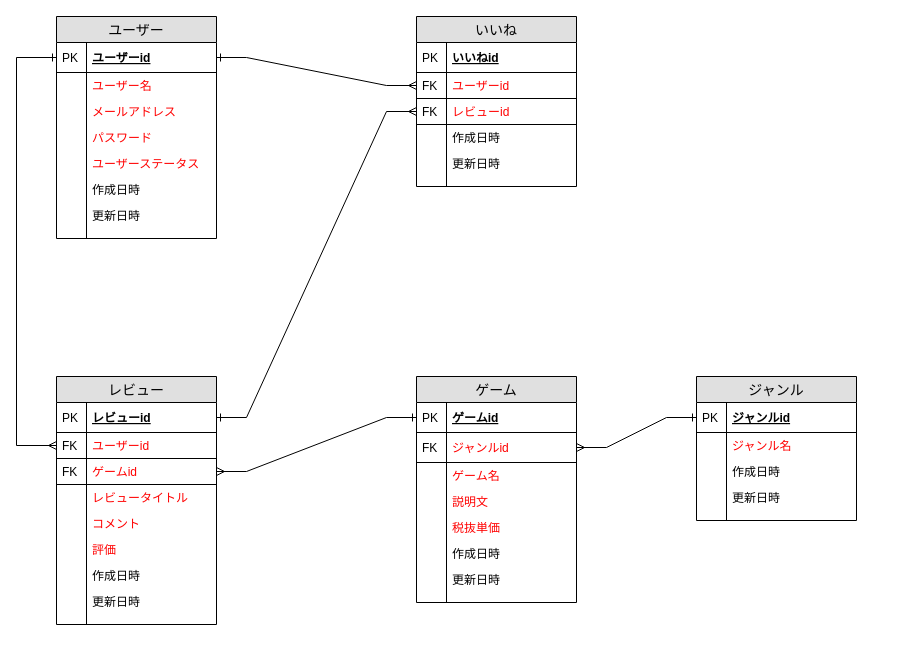
Earlier version of the draw.io diagram GRG_ER図.drawio (kuropAqn/grg). Source tidied: cells renumbered, new cells numbered last; positions are measured from the earlier drawing's top-left corner, leaving out a move shared by most shapes. Both pictures are drawn from the tidied source at 100%, with x=0, y=0 at pixel (16, 16).
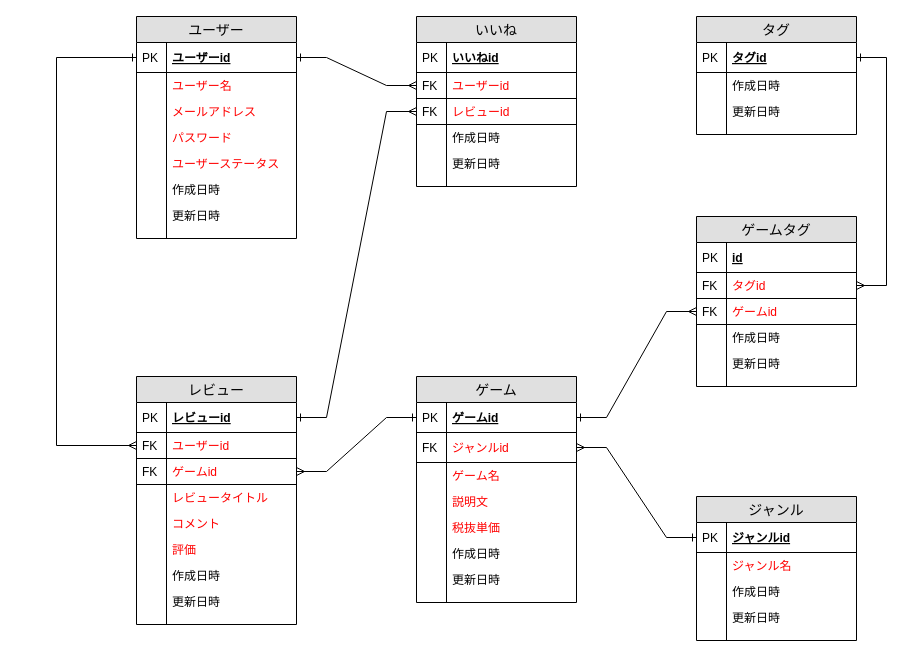
The same page after the edit.

Commit message:
GRG_ER図.drawio を更新します

Unchanged cells that the change refers to:
```xml
<mxCell id="3" value="ユーザーid" style="shape=partialRectangle;top=0;left=0;right=0;bottom=1;align=left;verticalAlign=middle;fillColor=none;spacingLeft=34;spacingRight=4;overflow=hidden;points=[[0,0.5],[1,0.5]];portConstraint=eastwest;fontStyle=5;fontSize=12;" parent="2" vertex="1">
  <mxGeometry y="26" width="160" height="30" as="geometry" />
</mxCell>
<mxCell id="23" value="ユーザーid" style="shape=partialRectangle;top=0;left=0;right=0;bottom=1;align=left;verticalAlign=top;fillColor=none;spacingLeft=34;spacingRight=4;overflow=hidden;points=[[0,0.5],[1,0.5]];portConstraint=eastwest;fontSize=12;fontColor=#FF0000;" parent="20" vertex="1">
  <mxGeometry y="56" width="160" height="26" as="geometry" />
</mxCell>
<mxCell id="41" value="ゲームid" style="shape=partialRectangle;top=0;left=0;right=0;bottom=1;align=left;verticalAlign=middle;fillColor=none;spacingLeft=34;spacingRight=4;overflow=hidden;points=[[0,0.5],[1,0.5]];portConstraint=eastwest;fontStyle=5;fontSize=12;" parent="40" vertex="1">
  <mxGeometry y="26" width="160" height="30" as="geometry" />
</mxCell>
```

What changed in the source:
```diff
@@
     <mxCell id="2" value="ユーザー" style="swimlane;fontStyle=0;horizontal=1;startSize=26;fillColor=#e0e0e0;swimlaneFillColor=#ffffff;align=center;fontSize=14;" parent="1" vertex="1">
-      <mxGeometry x="40" width="160" height="222" as="geometry" />
+      <mxGeometry x="120" width="160" height="222" as="geometry" />
     </mxCell>
@@
     <mxCell id="20" value="レビュー" style="swimlane;fontStyle=0;horizontal=1;startSize=26;fillColor=#e0e0e0;swimlaneFillColor=#ffffff;align=center;fontSize=14;" parent="1" vertex="1">
-      <mxGeometry x="40" y="360" width="160" height="248" as="geometry" />
+      <mxGeometry x="120" y="360" width="160" height="248" as="geometry" />
     </mxCell>
@@
     <mxCell id="58" value="ジャンル" style="swimlane;fontStyle=0;horizontal=1;startSize=26;fillColor=#e0e0e0;swimlaneFillColor=#ffffff;align=center;fontSize=14;" parent="1" vertex="1">
-      <mxGeometry x="680" y="360" width="160" height="144" as="geometry" />
+      <mxGeometry x="680" y="480" width="160" height="144" as="geometry" />
     </mxCell>
@@
     <mxCell id="71" style="fontSize=12;html=1;endArrow=ERmany;rounded=0;startArrow=ERone;startFill=0;entryX=0;entryY=0.5;entryDx=0;entryDy=0;exitX=0;exitY=0.5;exitDx=0;exitDy=0;edgeStyle=elbowEdgeStyle;" parent="1" edge="1" source="3" target="23">
       <mxGeometry relative="1" as="geometry">
         <Array as="points">
-          <mxPoint y="235" />
+          <mxPoint x="40" y="240" />
         </Array>
       </mxGeometry>
     </mxCell>
@@
+    <mxCell id="89" value="タグ" style="swimlane;fontStyle=0;horizontal=1;startSize=26;fillColor=#e0e0e0;swimlaneFillColor=#ffffff;align=center;fontSize=14;" parent="1" vertex="1">
+      <mxGeometry x="680" width="160" height="118" as="geometry" />
+    </mxCell>
+    <mxCell id="90" value="タグid" style="shape=partialRectangle;top=0;left=0;right=0;bottom=1;align=left;verticalAlign=middle;fillColor=none;spacingLeft=34;spacingRight=4;overflow=hidden;points=[[0,0.5],[1,0.5]];portConstraint=eastwest;fontStyle=5;fontSize=12;" parent="89" vertex="1">
+      <mxGeometry y="26" width="160" height="30" as="geometry" />
+    </mxCell>
+    <mxCell id="91" value="PK" style="shape=partialRectangle;top=0;left=0;bottom=0;fillColor=none;align=left;verticalAlign=middle;spacingLeft=4;spacingRight=4;overflow=hidden;fontSize=12;" parent="90" vertex="1">
+      <mxGeometry width="30" height="30" as="geometry" />
+    </mxCell>
+    <mxCell id="92" value="作成日時" style="shape=partialRectangle;top=0;left=0;right=0;bottom=0;align=left;verticalAlign=top;fillColor=none;spacingLeft=34;spacingRight=4;overflow=hidden;fontSize=12;" parent="89" vertex="1">
+      <mxGeometry y="56" width="160" height="26" as="geometry" />
+    </mxCell>
+    <mxCell id="93" style="shape=partialRectangle;top=0;left=0;bottom=0;fillColor=none;align=left;verticalAlign=top;spacingLeft=4;spacingRight=4;overflow=hidden;fontSize=12;" parent="92" vertex="1">
+      <mxGeometry width="30" height="26" as="geometry" />
+    </mxCell>
+    <mxCell id="94" value="更新日時" style="shape=partialRectangle;top=0;left=0;right=0;bottom=0;align=left;verticalAlign=top;fillColor=none;spacingLeft=34;spacingRight=4;overflow=hidden;fontSize=12;" parent="89" vertex="1">
+      <mxGeometry y="82" width="160" height="26" as="geometry" />
+    </mxCell>
+    <mxCell id="95" style="shape=partialRectangle;top=0;left=0;bottom=0;fillColor=none;align=left;verticalAlign=top;spacingLeft=4;spacingRight=4;overflow=hidden;fontSize=12;" parent="94" vertex="1">
+      <mxGeometry width="30" height="26" as="geometry" />
+    </mxCell>
+    <mxCell id="96" style="shape=partialRectangle;top=0;left=0;right=0;bottom=0;align=left;verticalAlign=top;fillColor=none;spacingLeft=34;spacingRight=4;overflow=hidden;fontSize=12;" parent="89" vertex="1">
+      <mxGeometry y="108" width="160" height="10" as="geometry" />
+    </mxCell>
+    <mxCell id="97" style="shape=partialRectangle;top=0;left=0;bottom=0;fillColor=none;align=left;verticalAlign=top;spacingLeft=4;spacingRight=4;overflow=hidden;fontSize=12;" parent="96" vertex="1">
+      <mxGeometry width="30" height="10" as="geometry" />
+    </mxCell>
+    <mxCell id="98" style="edgeStyle=elbowEdgeStyle;rounded=0;orthogonalLoop=1;jettySize=auto;elbow=vertical;html=1;entryX=1;entryY=0.5;entryDx=0;entryDy=0;" parent="89" edge="1">
+      <mxGeometry relative="1" as="geometry">
+        <mxPoint x="160" y="69" as="sourcePoint" />
+        <mxPoint x="160" y="69" as="targetPoint" />
+      </mxGeometry>
+    </mxCell>
+    <mxCell id="99" value="ゲームタグ" style="swimlane;fontStyle=0;horizontal=1;startSize=26;fillColor=#e0e0e0;swimlaneFillColor=#ffffff;align=center;fontSize=14;" parent="1" vertex="1">
+      <mxGeometry x="680" y="200" width="160" height="170" as="geometry" />
+    </mxCell>
+    <mxCell id="100" value="id" style="shape=partialRectangle;top=0;left=0;right=0;bottom=1;align=left;verticalAlign=middle;fillColor=none;spacingLeft=34;spacingRight=4;overflow=hidden;fontStyle=5;fontSize=12;" parent="99" vertex="1">
+      <mxGeometry y="26" width="160" height="30" as="geometry" />
+    </mxCell>
+    <mxCell id="101" value="PK" style="shape=partialRectangle;top=0;left=0;bottom=0;fillColor=none;align=left;verticalAlign=middle;spacingLeft=4;spacingRight=4;overflow=hidden;fontSize=12;" parent="100" vertex="1">
+      <mxGeometry width="30" height="30" as="geometry" />
+    </mxCell>
+    <mxCell id="102" value="タグid" style="shape=partialRectangle;top=0;left=0;right=0;bottom=1;align=left;verticalAlign=top;fillColor=none;spacingLeft=34;spacingRight=4;overflow=hidden;points=[[0,0.5],[1,0.5]];portConstraint=eastwest;fontSize=12;fontColor=#FF0000;" parent="99" vertex="1">
+      <mxGeometry y="56" width="160" height="26" as="geometry" />
+    </mxCell>
+    <mxCell id="103" value="FK" style="shape=partialRectangle;top=0;left=0;bottom=0;fillColor=none;align=left;verticalAlign=top;spacingLeft=4;spacingRight=4;overflow=hidden;fontSize=12;" parent="102" vertex="1">
+      <mxGeometry width="30" height="26" as="geometry" />
+    </mxCell>
+    <mxCell id="104" value="ゲームid" style="shape=partialRectangle;top=0;left=0;right=0;bottom=1;align=left;verticalAlign=top;fillColor=none;spacingLeft=34;spacingRight=4;overflow=hidden;points=[[0,0.5],[1,0.5]];portConstraint=eastwest;fontSize=12;fontColor=#FF0000;" parent="99" vertex="1">
+      <mxGeometry y="82" width="160" height="26" as="geometry" />
+    </mxCell>
+    <mxCell id="105" value="FK" style="shape=partialRectangle;top=0;left=0;bottom=0;fillColor=none;align=left;verticalAlign=top;spacingLeft=4;spacingRight=4;overflow=hidden;fontSize=12;" parent="104" vertex="1">
+      <mxGeometry width="30" height="26" as="geometry" />
+    </mxCell>
+    <mxCell id="106" value="作成日時" style="shape=partialRectangle;top=0;left=0;right=0;bottom=0;align=left;verticalAlign=top;fillColor=none;spacingLeft=34;spacingRight=4;overflow=hidden;fontSize=12;" parent="99" vertex="1">
+      <mxGeometry y="108" width="160" height="26" as="geometry" />
+    </mxCell>
+    <mxCell id="107" style="shape=partialRectangle;top=0;left=0;bottom=0;fillColor=none;align=left;verticalAlign=top;spacingLeft=4;spacingRight=4;overflow=hidden;fontSize=12;" parent="106" vertex="1">
+      <mxGeometry width="30" height="26" as="geometry" />
+    </mxCell>
+    <mxCell id="108" value="更新日時" style="shape=partialRectangle;top=0;left=0;right=0;bottom=0;align=left;verticalAlign=top;fillColor=none;spacingLeft=34;spacingRight=4;overflow=hidden;fontSize=12;" parent="99" vertex="1">
+      <mxGeometry y="134" width="160" height="26" as="geometry" />
+    </mxCell>
+    <mxCell id="109" style="shape=partialRectangle;top=0;left=0;bottom=0;fillColor=none;align=left;verticalAlign=top;spacingLeft=4;spacingRight=4;overflow=hidden;fontSize=12;" parent="108" vertex="1">
+      <mxGeometry width="30" height="26" as="geometry" />
+    </mxCell>
+    <mxCell id="110" style="shape=partialRectangle;top=0;left=0;right=0;bottom=0;align=left;verticalAlign=top;fillColor=none;spacingLeft=34;spacingRight=4;overflow=hidden;fontSize=12;" parent="99" vertex="1">
+      <mxGeometry y="160" width="160" height="10" as="geometry" />
+    </mxCell>
+    <mxCell id="111" style="shape=partialRectangle;top=0;left=0;bottom=0;fillColor=none;align=left;verticalAlign=top;spacingLeft=4;spacingRight=4;overflow=hidden;fontSize=12;" parent="110" vertex="1">
+      <mxGeometry width="30" height="10" as="geometry" />
+    </mxCell>
+    <mxCell id="112" style="edgeStyle=elbowEdgeStyle;rounded=0;orthogonalLoop=1;jettySize=auto;elbow=vertical;html=1;entryX=1;entryY=0.5;entryDx=0;entryDy=0;" parent="99" edge="1">
+      <mxGeometry relative="1" as="geometry">
+        <mxPoint x="160" y="121" as="sourcePoint" />
+        <mxPoint x="160" y="121" as="targetPoint" />
+      </mxGeometry>
+    </mxCell>
+    <mxCell id="113" style="edgeStyle=entityRelationEdgeStyle;fontSize=12;html=1;endArrow=ERmany;rounded=0;startArrow=ERone;startFill=0;exitX=1;exitY=0.5;exitDx=0;exitDy=0;entryX=0;entryY=0.5;entryDx=0;entryDy=0;" parent="1" edge="1" source="41" target="104">
+      <mxGeometry relative="1" as="geometry" />
+    </mxCell>
+    <mxCell id="114" style="edgeStyle=entityRelationEdgeStyle;fontSize=12;html=1;endArrow=ERmany;rounded=0;startArrow=ERone;startFill=0;exitX=1;exitY=0.5;exitDx=0;exitDy=0;entryX=1;entryY=0.5;entryDx=0;entryDy=0;" parent="1" edge="1" source="90" target="102">
+      <mxGeometry relative="1" as="geometry">
+        <Array as="points">
+          <mxPoint x="660" y="150" />
+          <mxPoint x="870" y="170" />
+          <mxPoint x="890" y="160" />
+          <mxPoint x="880" y="160" />
+          <mxPoint x="890" y="160" />
+          <mxPoint x="730" y="150" />
+        </Array>
+      </mxGeometry>
+    </mxCell>
```
